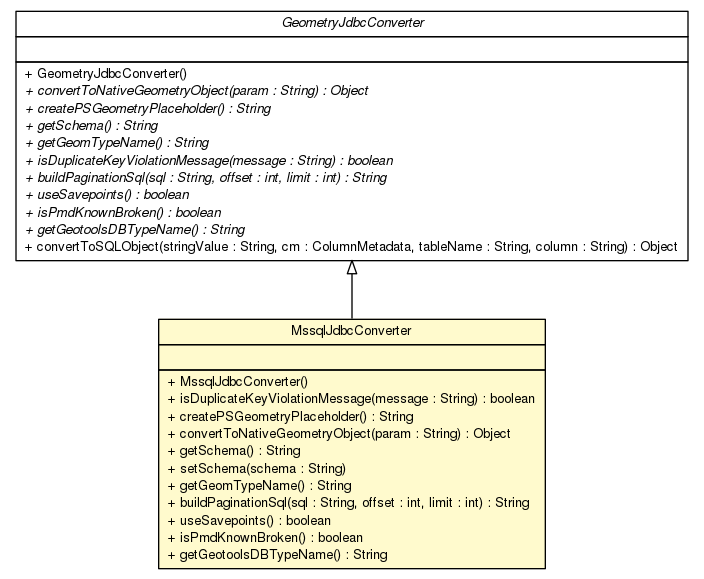
The Graphviz diagram brmo-loader/apidocs/nl/b3p/brmo/loader/jdbc/MssqlJdbcConverter.png in B3Partners/brmo, before a commit. Its source is kept beside it as brmo-loader/apidocs/nl/b3p/brmo/loader/jdbc/MssqlJdbcConverter.dot. The source it was exported from:
```dot

digraph G {
	edge [fontname="Helvetica",fontsize=10,labelfontname="Helvetica",labelfontsize=10];
	node [fontname="Helvetica",fontsize=10,shape=plaintext];
	nodesep=0.25;
	ranksep=0.5;
	c1955 [label=<<table title="nl.b3p.brmo.loader.jdbc.GeometryJdbcConverter" border="0" cellborder="1" cellspacing="0" cellpadding="2" port="p" href="./GeometryJdbcConverter.html">
		<tr><td><table border="0" cellspacing="0" cellpadding="1">
<tr><td align="center" balign="center"><font face="Helvetica-Oblique"> GeometryJdbcConverter </font></td></tr>
		</table></td></tr>
		<tr><td><table border="0" cellspacing="0" cellpadding="1">
<tr><td align="left" balign="left">  </td></tr>
		</table></td></tr>
		<tr><td><table border="0" cellspacing="0" cellpadding="1">
<tr><td align="left" balign="left"> + GeometryJdbcConverter() </td></tr>
<tr><td align="left" balign="left"><font face="Helvetica-Oblique" point-size="10.0"> + convertToNativeGeometryObject(param : String) : Object </font></td></tr>
<tr><td align="left" balign="left"><font face="Helvetica-Oblique" point-size="10.0"> + createPSGeometryPlaceholder() : String </font></td></tr>
<tr><td align="left" balign="left"><font face="Helvetica-Oblique" point-size="10.0"> + getSchema() : String </font></td></tr>
<tr><td align="left" balign="left"><font face="Helvetica-Oblique" point-size="10.0"> + getGeomTypeName() : String </font></td></tr>
<tr><td align="left" balign="left"><font face="Helvetica-Oblique" point-size="10.0"> + isDuplicateKeyViolationMessage(message : String) : boolean </font></td></tr>
<tr><td align="left" balign="left"><font face="Helvetica-Oblique" point-size="10.0"> + buildPaginationSql(sql : String, offset : int, limit : int) : String </font></td></tr>
<tr><td align="left" balign="left"><font face="Helvetica-Oblique" point-size="10.0"> + useSavepoints() : boolean </font></td></tr>
<tr><td align="left" balign="left"><font face="Helvetica-Oblique" point-size="10.0"> + isPmdKnownBroken() : boolean </font></td></tr>
<tr><td align="left" balign="left"><font face="Helvetica-Oblique" point-size="10.0"> + getGeotoolsDBTypeName() : String </font></td></tr>
<tr><td align="left" balign="left"> + convertToSQLObject(stringValue : String, cm : ColumnMetadata, tableName : String, column : String) : Object </td></tr>
		</table></td></tr>
		</table>>, URL="./GeometryJdbcConverter.html", fontname="Helvetica", fontcolor="black", fontsize=10.0];
	c1960 [label=<<table title="nl.b3p.brmo.loader.jdbc.MssqlJdbcConverter" border="0" cellborder="1" cellspacing="0" cellpadding="2" port="p" bgcolor="lemonChiffon" href="./MssqlJdbcConverter.html">
		<tr><td><table border="0" cellspacing="0" cellpadding="1">
<tr><td align="center" balign="center"> MssqlJdbcConverter </td></tr>
		</table></td></tr>
		<tr><td><table border="0" cellspacing="0" cellpadding="1">
<tr><td align="left" balign="left">  </td></tr>
		</table></td></tr>
		<tr><td><table border="0" cellspacing="0" cellpadding="1">
<tr><td align="left" balign="left"> + MssqlJdbcConverter() </td></tr>
<tr><td align="left" balign="left"> + isDuplicateKeyViolationMessage(message : String) : boolean </td></tr>
<tr><td align="left" balign="left"> + createPSGeometryPlaceholder() : String </td></tr>
<tr><td align="left" balign="left"> + convertToNativeGeometryObject(param : String) : Object </td></tr>
<tr><td align="left" balign="left"> + getSchema() : String </td></tr>
<tr><td align="left" balign="left"> + setSchema(schema : String) </td></tr>
<tr><td align="left" balign="left"> + getGeomTypeName() : String </td></tr>
<tr><td align="left" balign="left"> + buildPaginationSql(sql : String, offset : int, limit : int) : String </td></tr>
<tr><td align="left" balign="left"> + useSavepoints() : boolean </td></tr>
<tr><td align="left" balign="left"> + isPmdKnownBroken() : boolean </td></tr>
<tr><td align="left" balign="left"> + getGeotoolsDBTypeName() : String </td></tr>
		</table></td></tr>
		</table>>, URL="./MssqlJdbcConverter.html", fontname="Helvetica", fontcolor="black", fontsize=10.0];
	c1955:p -> c1960:p [dir=back,arrowtail=empty];
}
```
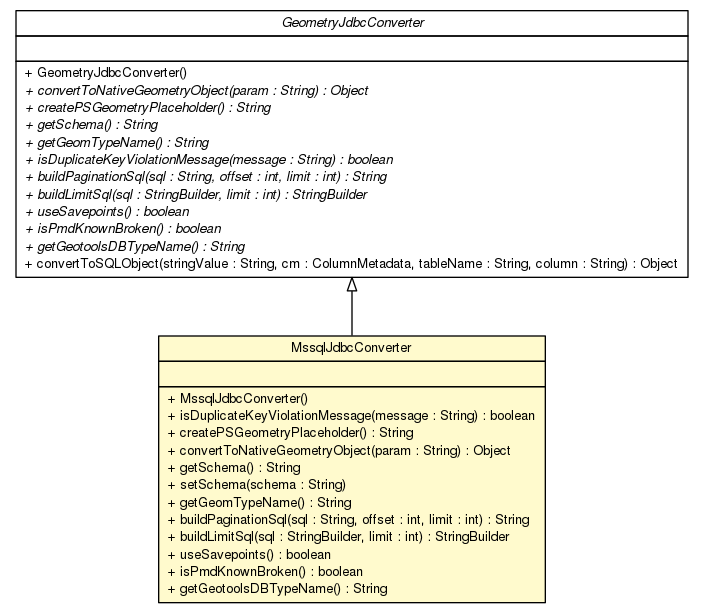
Later version of the same file.

What changed in the source:
```diff
@@ -19,6 +19,7 @@
 <tr><td align="left" balign="left"><font face="Helvetica-Oblique" point-size="10.0"> + getGeomTypeName() : String </font></td></tr>
 <tr><td align="left" balign="left"><font face="Helvetica-Oblique" point-size="10.0"> + isDuplicateKeyViolationMessage(message : String) : boolean </font></td></tr>
 <tr><td align="left" balign="left"><font face="Helvetica-Oblique" point-size="10.0"> + buildPaginationSql(sql : String, offset : int, limit : int) : String </font></td></tr>
+<tr><td align="left" balign="left"><font face="Helvetica-Oblique" point-size="10.0"> + buildLimitSql(sql : StringBuilder, limit : int) : StringBuilder </font></td></tr>
 <tr><td align="left" balign="left"><font face="Helvetica-Oblique" point-size="10.0"> + useSavepoints() : boolean </font></td></tr>
 <tr><td align="left" balign="left"><font face="Helvetica-Oblique" point-size="10.0"> + isPmdKnownBroken() : boolean </font></td></tr>
 <tr><td align="left" balign="left"><font face="Helvetica-Oblique" point-size="10.0"> + getGeotoolsDBTypeName() : String </font></td></tr>
@@ -41,6 +42,7 @@
 <tr><td align="left" balign="left"> + setSchema(schema : String) </td></tr>
 <tr><td align="left" balign="left"> + getGeomTypeName() : String </td></tr>
 <tr><td align="left" balign="left"> + buildPaginationSql(sql : String, offset : int, limit : int) : String </td></tr>
+<tr><td align="left" balign="left"> + buildLimitSql(sql : StringBuilder, limit : int) : StringBuilder </td></tr>
 <tr><td align="left" balign="left"> + useSavepoints() : boolean </td></tr>
 <tr><td align="left" balign="left"> + isPmdKnownBroken() : boolean </td></tr>
 <tr><td align="left" balign="left"> + getGeotoolsDBTypeName() : String </td></tr>
```
